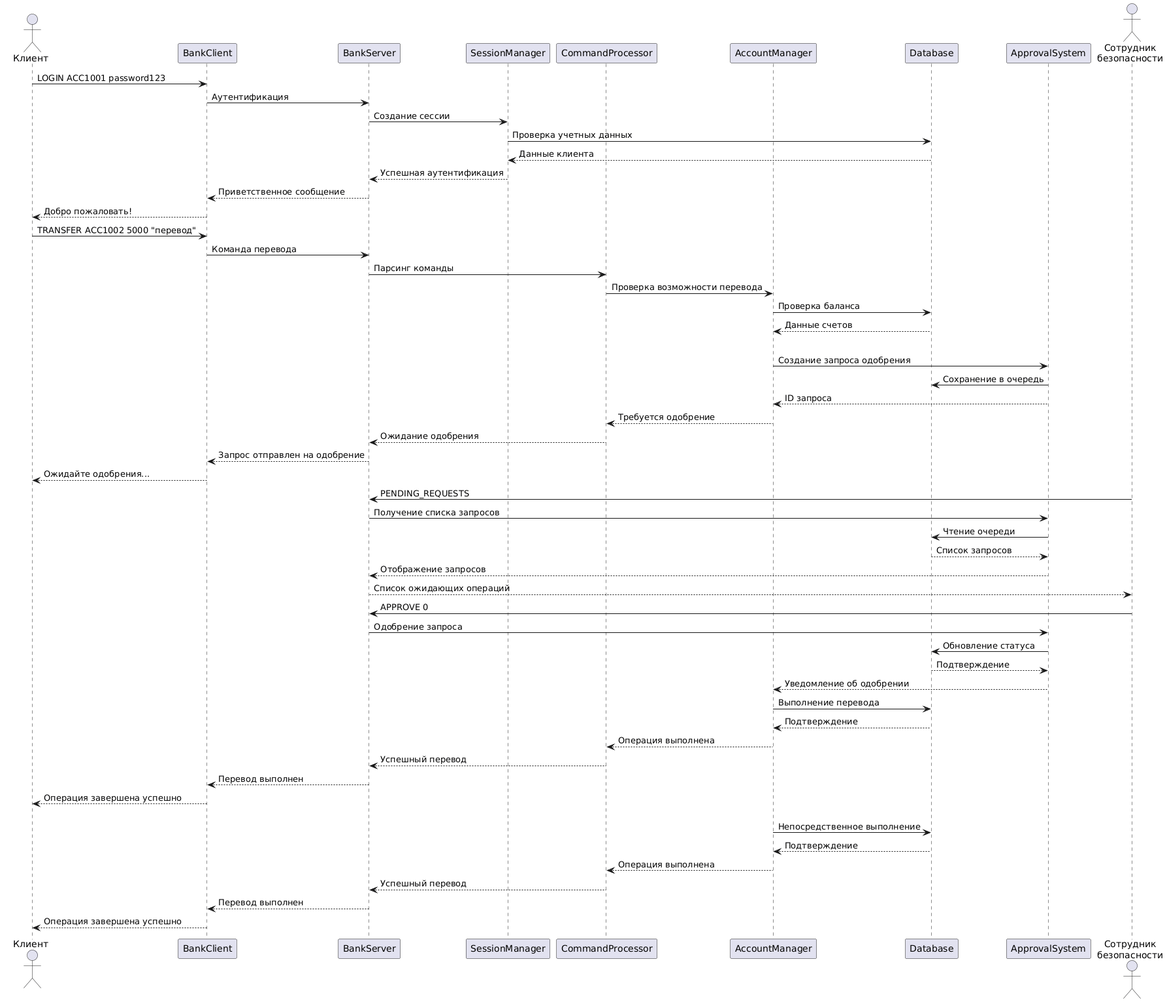
This is docs/pic/sequence-diagram.png from RuzhiyKot/Client-server-app-of-a-banking-system, a PlantUML export, as it was before one commit. The source it was exported from:
```plantuml
@startuml
actor Клиент as Client
participant "BankClient" as BC
participant "BankServer" as BS
participant "SessionManager" as SM
participant "CommandProcessor" as CP
participant "AccountManager" as AM
participant "Database" as DB
participant "ApprovalSystem" as AS
actor "Сотрудник\nбезопасности" as Security

Client -> BC: LOGIN ACC1001 password123
BC -> BS: Аутентификация
BS -> SM: Создание сессии
SM -> DB: Проверка учетных данных
DB --> SM: Данные клиента
SM --> BS: Успешная аутентификация
BS --> BC: Приветственное сообщение
BC --> Client: Добро пожаловать!

Client -> BC: TRANSFER ACC1002 5000 "перевод"
BC -> BS: Команда перевода
BS -> CP: Парсинг команды
CP -> AM: Проверка возможности перевода
AM -> DB: Проверка баланса
DB --> AM: Данные счетов

alt Сумма > лимита
  AM -> AS: Создание запроса одобрения
  AS -> DB: Сохранение в очередь
  AS --> AM: ID запроса
  AM --> CP: Требуется одобрение
  CP --> BS: Ожидание одобрения
  BS --> BC: Запрос отправлен на одобрение
  BC --> Client: Ожидайте одобрения...

  Security -> BS: PENDING_REQUESTS
  BS -> AS: Получение списка запросов
  AS -> DB: Чтение очереди
  DB --> AS: Список запросов
  AS --> BS: Отображение запросов
  BS --> Security: Список ожидающих операций

  Security -> BS: APPROVE 0
  BS -> AS: Одобрение запроса
  AS -> DB: Обновление статуса
  DB --> AS: Подтверждение
  AS --> AM: Уведомление об одобрении
  AM -> DB: Выполнение перевода
  DB --> AM: Подтверждение
  AM --> CP: Операция выполнена
  CP --> BS: Успешный перевод
  BS --> BC: Перевод выполнен
  BC --> Client: Операция завершена успешно
else Сумма в пределах лимита
  AM -> DB: Непосредственное выполнение
  DB --> AM: Подтверждение
  AM --> CP: Операция выполнена
  CP --> BS: Успешный перевод
  BS --> BC: Перевод выполнен
  BC --> Client: Операция завершена успешно
@enduml
```
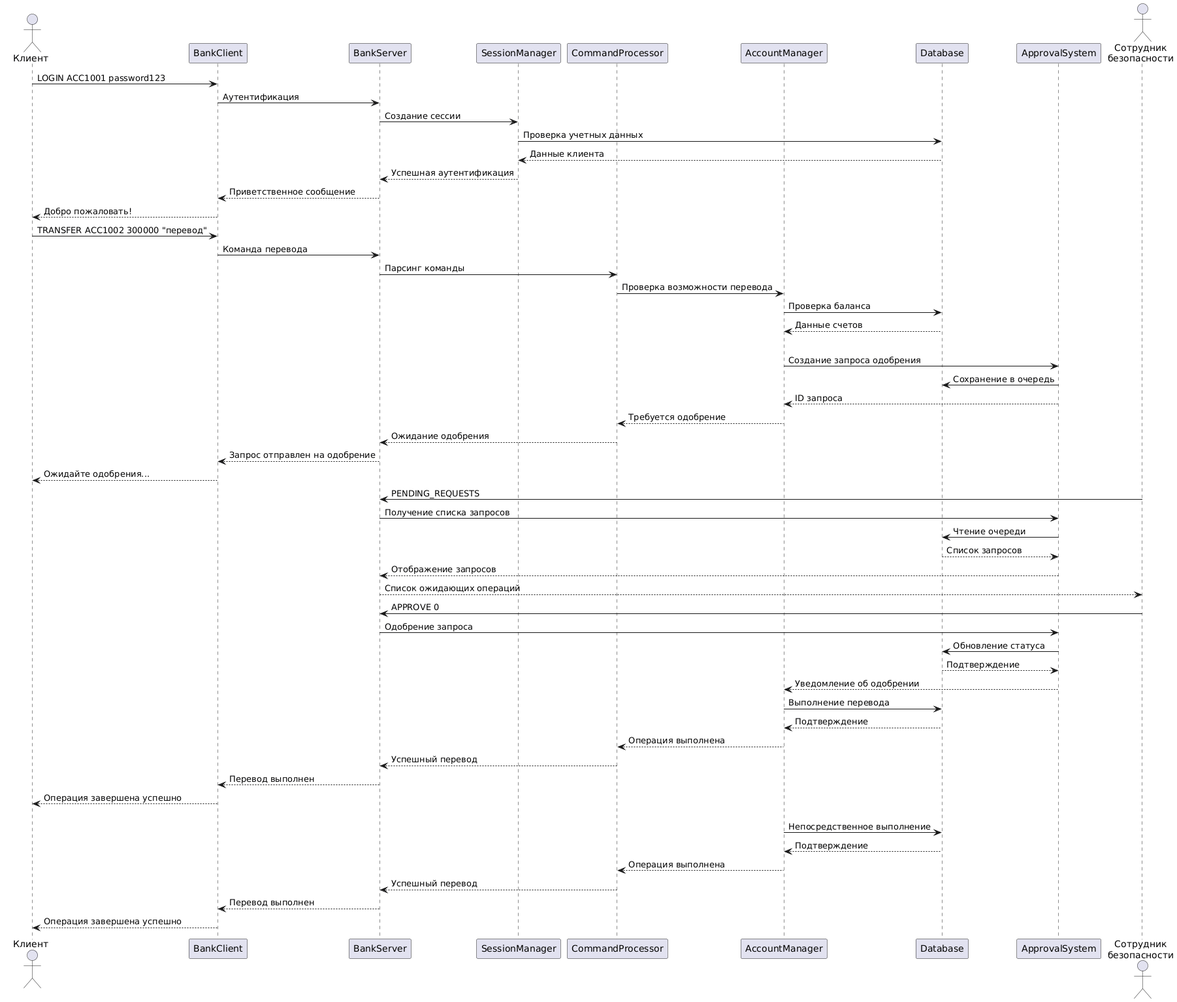
Later version of the same file.

Change to the diagram source:
```diff
@@ -18,7 +18,7 @@
 BS --> BC: Приветственное сообщение
 BC --> Client: Добро пожаловать!
 
-Client -> BC: TRANSFER ACC1002 5000 "перевод"
+Client -> BC: TRANSFER ACC1002 300000 "перевод"
 BC -> BS: Команда перевода
 BS -> CP: Парсинг команды
 CP -> AM: Проверка возможности перевода
```
